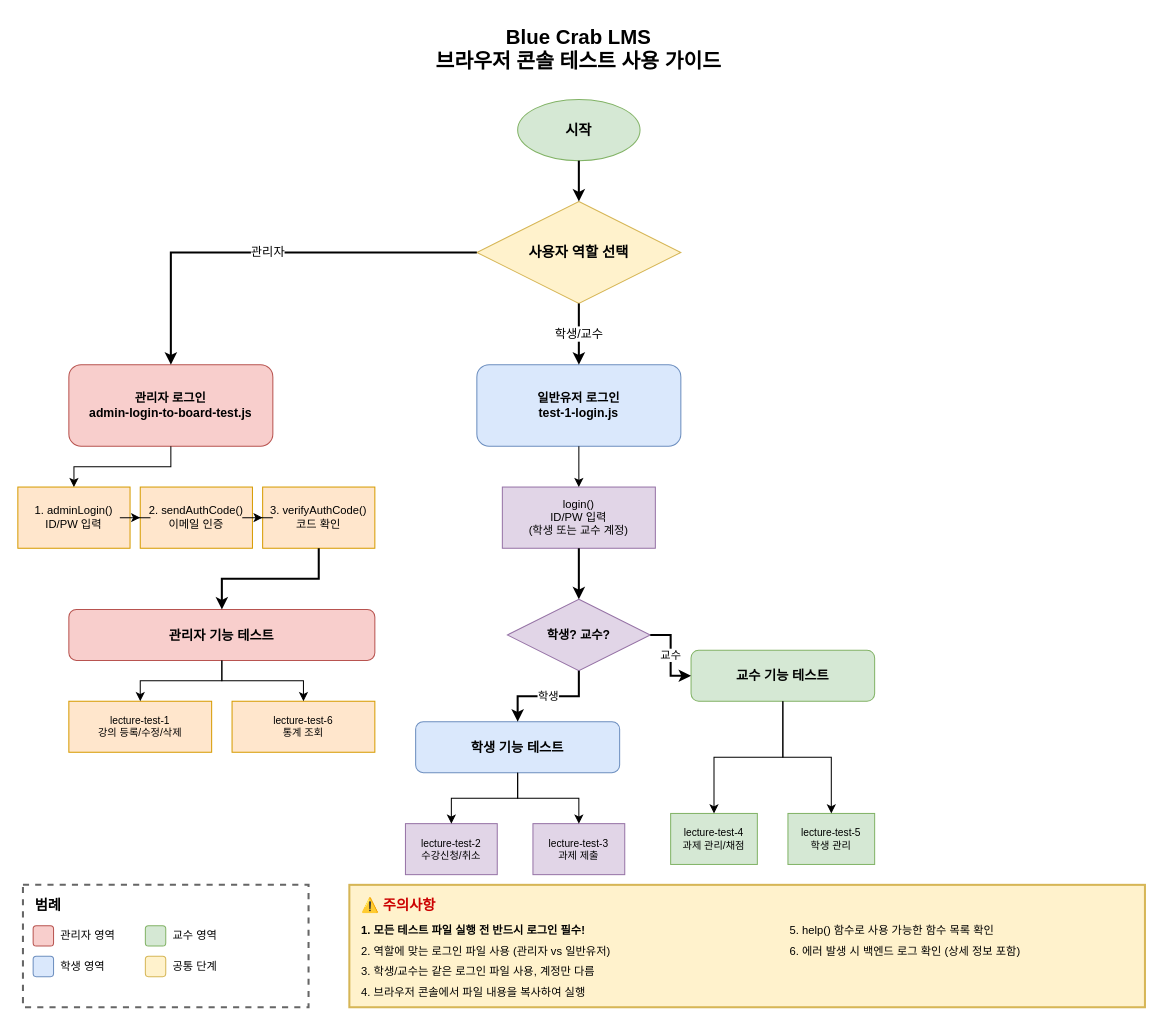
This is backend/BlueCrab/docs/강의관련기능/브라우저콘솔테스트/usage-diagram.drawio from hooting76/blue-crab-lms, a draw.io file, before an edit. Source tidied: cells renumbered, new cells numbered last; positions are measured from the earlier drawing's top-left corner, leaving out a move shared by most shapes. Both pictures are drawn from the tidied source at 102%, with x=0, y=0 at pixel (17, 17).
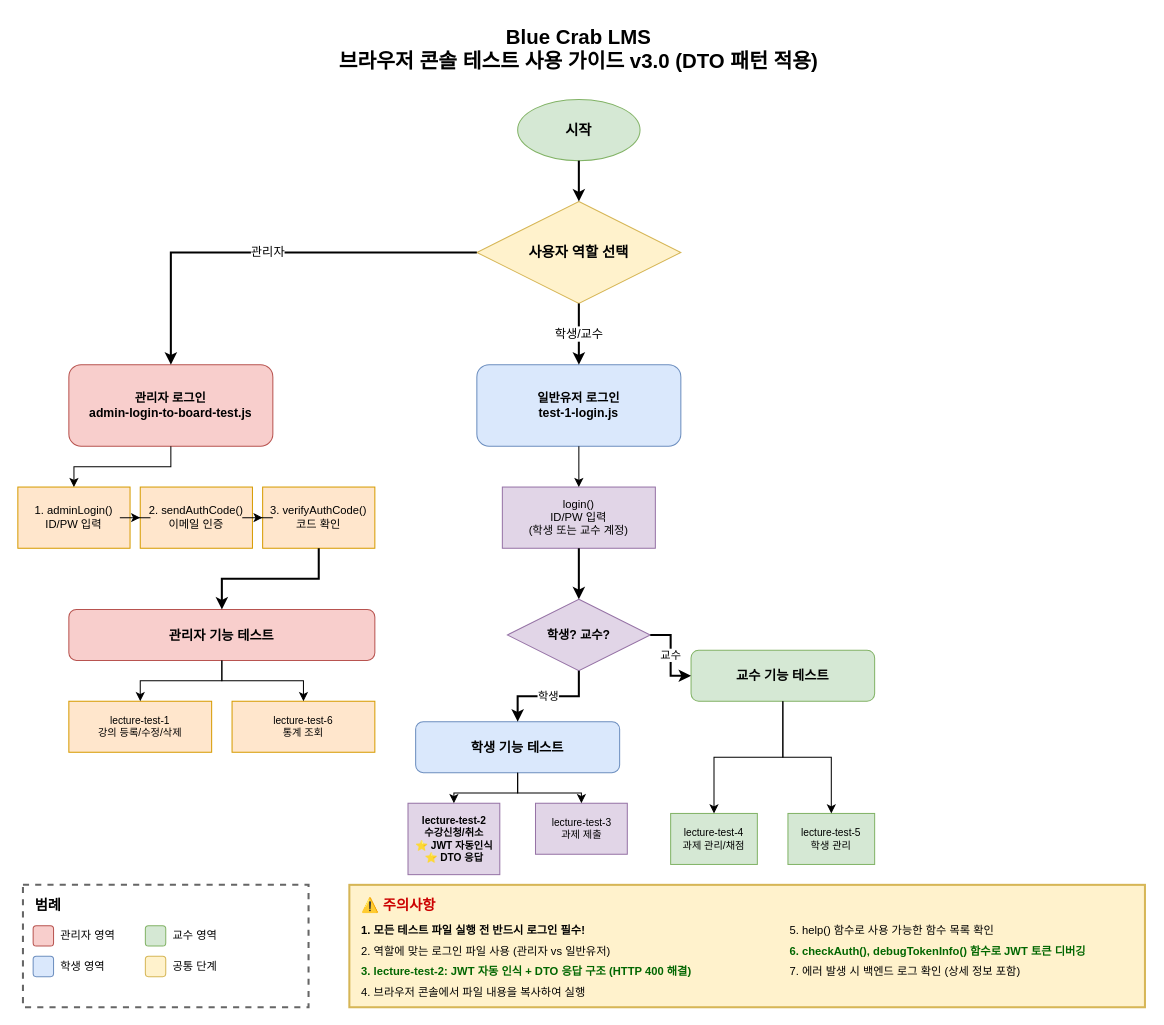
After the change.

Commit message (it also covers changes not shown here):
다이어그램 업데이트.

The edit, as a diff of the source:
```diff
@@
-    <mxCell id="2" value="Blue Crab LMS&#10;브라우저 콘솔 테스트 사용 가이드" style="text;html=1;strokeColor=none;fillColor=default;align=center;verticalAlign=middle;whiteSpace=wrap;rounded=0;fontSize=20;fontStyle=1;" parent="1" vertex="1">
-      <mxGeometry x="310" width="480" height="60" as="geometry" />
+    <mxCell id="2" value="Blue Crab LMS&#10;브라우저 콘솔 테스트 사용 가이드 v3.0 (DTO 패턴 적용)" style="text;html=1;strokeColor=none;fillColor=default;align=center;verticalAlign=middle;whiteSpace=wrap;rounded=0;fontSize=20;fontStyle=1;" parent="1" vertex="1">
+      <mxGeometry x="250" width="600" height="60" as="geometry" />
     </mxCell>
@@
-    <mxCell id="28" value="lecture-test-2&#10;수강신청/취소" style="rounded=0;whiteSpace=wrap;html=1;fillColor=#e1d5e7;strokeColor=#9673a6;fontSize=10;" parent="1" vertex="1">
-      <mxGeometry x="380" y="790" width="90" height="50" as="geometry" />
+    <mxCell id="28" value="lecture-test-2&#10;수강신청/취소&#10;⭐ JWT 자동인식&#10;⭐ DTO 응답" style="rounded=0;whiteSpace=wrap;html=1;fillColor=#e1d5e7;strokeColor=#9673a6;fontSize=10;fontStyle=1;" parent="1" vertex="1">
+      <mxGeometry x="382.5" y="770" width="90" height="70" as="geometry" />
     </mxCell>
     <mxCell id="29" value="lecture-test-3&#10;과제 제출" style="rounded=0;whiteSpace=wrap;html=1;fillColor=#e1d5e7;strokeColor=#9673a6;fontSize=10;" parent="1" vertex="1">
-      <mxGeometry x="505" y="790" width="90" height="50" as="geometry" />
+      <mxGeometry x="507.5" y="770" width="90" height="50" as="geometry" />
     </mxCell>
@@
-    <mxCell id="52" value="3. 학생/교수는 같은 로그인 파일 사용, 계정만 다름" style="text;html=1;strokeColor=none;fillColor=none;align=left;verticalAlign=middle;whiteSpace=wrap;rounded=0;fontSize=11;" parent="1" vertex="1">
-      <mxGeometry x="335" y="925" width="380" height="20" as="geometry" />
+    <mxCell id="52" value="3. lecture-test-2: JWT 자동 인식 + DTO 응답 구조 (HTTP 400 해결)" style="text;html=1;strokeColor=none;fillColor=none;align=left;verticalAlign=middle;whiteSpace=wrap;rounded=0;fontSize=11;fontStyle=1;fontColor=#006600;" parent="1" vertex="1">
+      <mxGeometry x="335" y="925" width="450" height="20" as="geometry" />
     </mxCell>
@@
-    <mxCell id="55" value="6. 에러 발생 시 백엔드 로그 확인 (상세 정보 포함)" style="text;html=1;strokeColor=none;fillColor=none;align=left;verticalAlign=middle;whiteSpace=wrap;rounded=0;fontSize=11;" parent="1" vertex="1">
+    <mxCell id="55" value="6. checkAuth(), debugTokenInfo() 함수로 JWT 토큰 디버깅" style="text;html=1;strokeColor=none;fillColor=none;align=left;verticalAlign=middle;whiteSpace=wrap;rounded=0;fontSize=11;fontColor=#006600;fontStyle=1;" parent="1" vertex="1">
       <mxGeometry x="755" y="905" width="340" height="20" as="geometry" />
     </mxCell>
+    <mxCell id="56" value="7. 에러 발생 시 백엔드 로그 확인 (상세 정보 포함)" style="text;html=1;strokeColor=none;fillColor=none;align=left;verticalAlign=middle;whiteSpace=wrap;rounded=0;fontSize=11;" parent="1" vertex="1">
+      <mxGeometry x="755" y="925" width="340" height="20" as="geometry" />
+    </mxCell>
```
